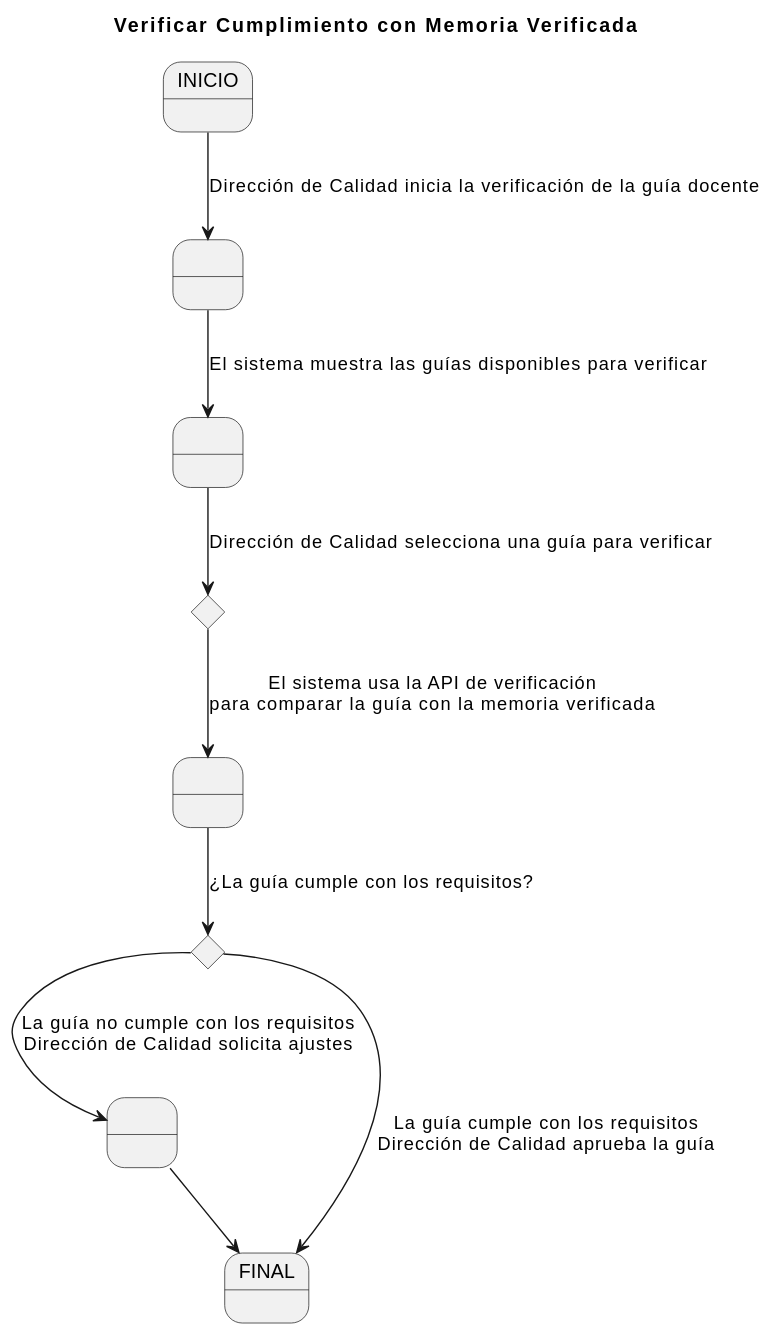
Before: images/modelosUML/VerificarGD.svg, a diagram exported from PlantUML (mmasias/24-25-IdSw1-SDR).
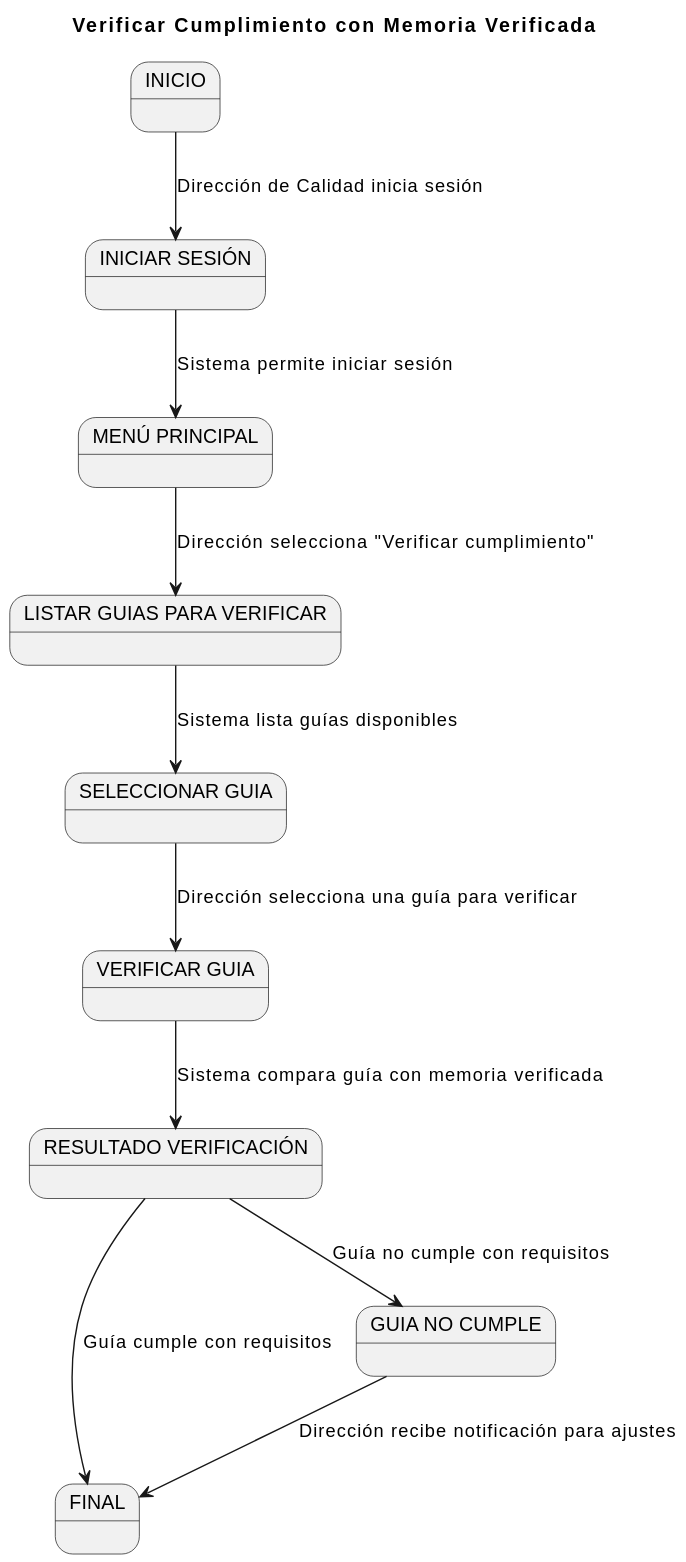
The same file after the commit.

The edit, as a diff of the source:
```diff
@@ -1,26 +1,26 @@
 @startuml
-title Verificar Cumplimiento con Memoria Verificada
+title  Verificar Cumplimiento con Memoria Verificada
+
 
 state INICIO
-state " " as Estado1
-state " " as Estado2
-state " " as Estado3
-state " " as Estado4
+state "INICIAR SESIÓN" as INICIAR_SESION
+state "MENÚ PRINCIPAL" as MENU_PRINCIPAL
+state "LISTAR GUIAS PARA VERIFICAR" as LISTAR_GUIAS
+state "SELECCIONAR GUIA" as SELECCIONAR_GUIA
+state "VERIFICAR GUIA" as VERIFICAR_GUIA
+state "RESULTADO VERIFICACIÓN" as RESULTADO_VERIFICACION
 state FINAL
 
-state Condicion1 <<choice>>
-state Condicion2 <<choice>>
+state "GUIA NO CUMPLE" as GUIA_NO_CUMPLE
 
-INICIO --> Estado1 : Dirección de Calidad inicia la verificación de la guía docente
-Estado1 --> Estado2 : El sistema muestra las guías disponibles para verificar
+INICIO --> INICIAR_SESION : Dirección de Calidad inicia sesión
+INICIAR_SESION --> MENU_PRINCIPAL : Sistema permite iniciar sesión
+MENU_PRINCIPAL --> LISTAR_GUIAS : Dirección selecciona "Verificar cumplimiento"
+LISTAR_GUIAS --> SELECCIONAR_GUIA : Sistema lista guías disponibles
+SELECCIONAR_GUIA --> VERIFICAR_GUIA : Dirección selecciona una guía para verificar
+VERIFICAR_GUIA --> RESULTADO_VERIFICACION : Sistema compara guía con memoria verificada
 
-Estado2 --> Condicion1 : Dirección de Calidad selecciona una guía para verificar
-
-Condicion1 --> Estado3 : El sistema usa la API de verificación\npara comparar la guía con la memoria verificada
-
-Estado3 --> Condicion2 : ¿La guía cumple con los requisitos?
-
-Condicion2 --> FINAL : La guía cumple con los requisitos\nDirección de Calidad aprueba la guía
-Condicion2 --> Estado4 : La guía no cumple con los requisitos\nDirección de Calidad solicita ajustes
-Estado4 --> FINAL
+RESULTADO_VERIFICACION --> FINAL : Guía cumple con requisitos
+RESULTADO_VERIFICACION --> GUIA_NO_CUMPLE : Guía no cumple con requisitos
+GUIA_NO_CUMPLE --> FINAL : Dirección recibe notificación para ajustes
 @enduml
```
